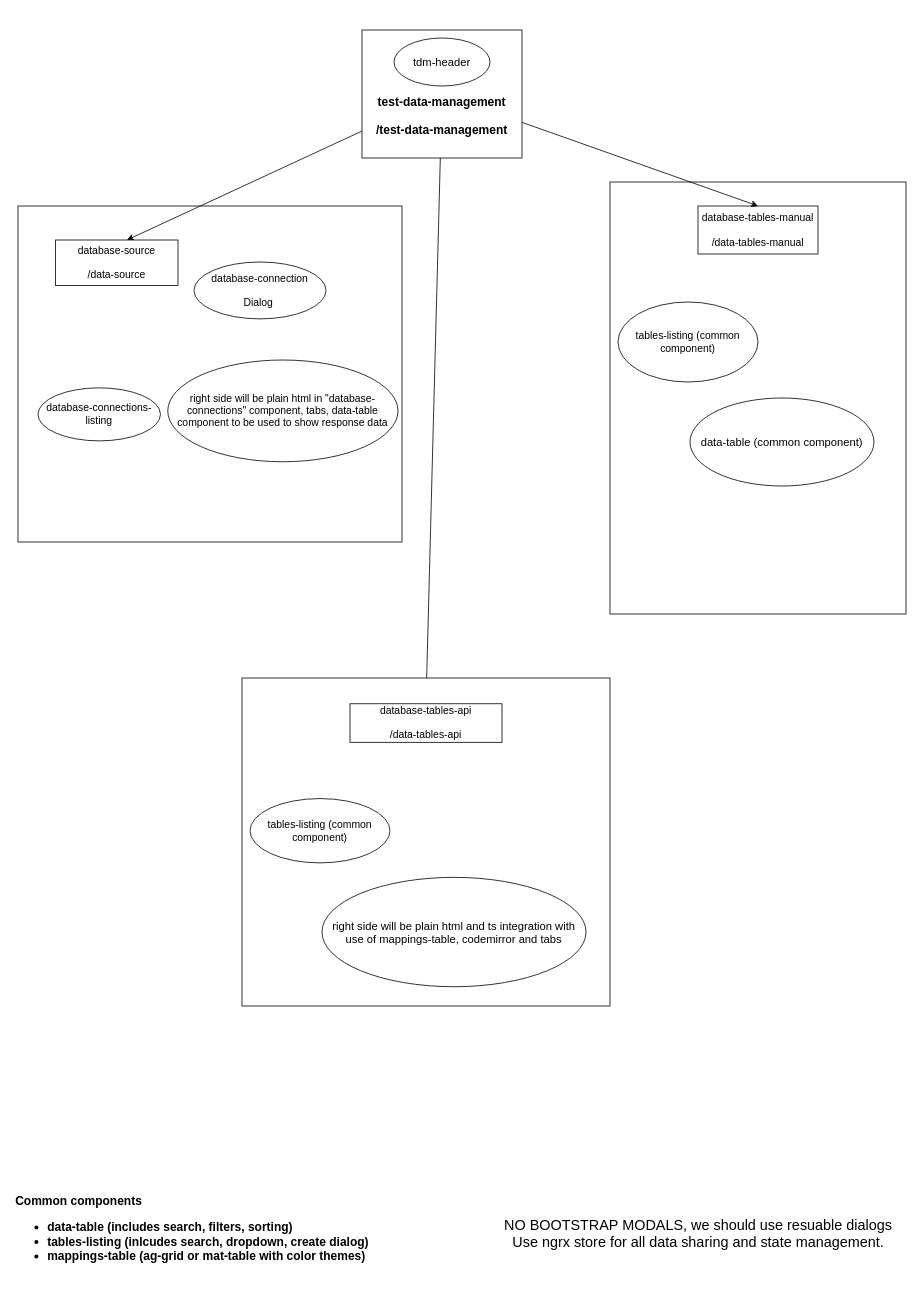
This is tdm-ui-arch.drawio from sauravbv/hello-world, a draw.io file, before an edit. Source tidied: cells renumbered, new cells numbered last; positions are measured from the earlier drawing's top-left corner, leaving out a move shared by most shapes. Both pictures are drawn from the tidied source at 80%, with x=0, y=0 at pixel (14, 30).
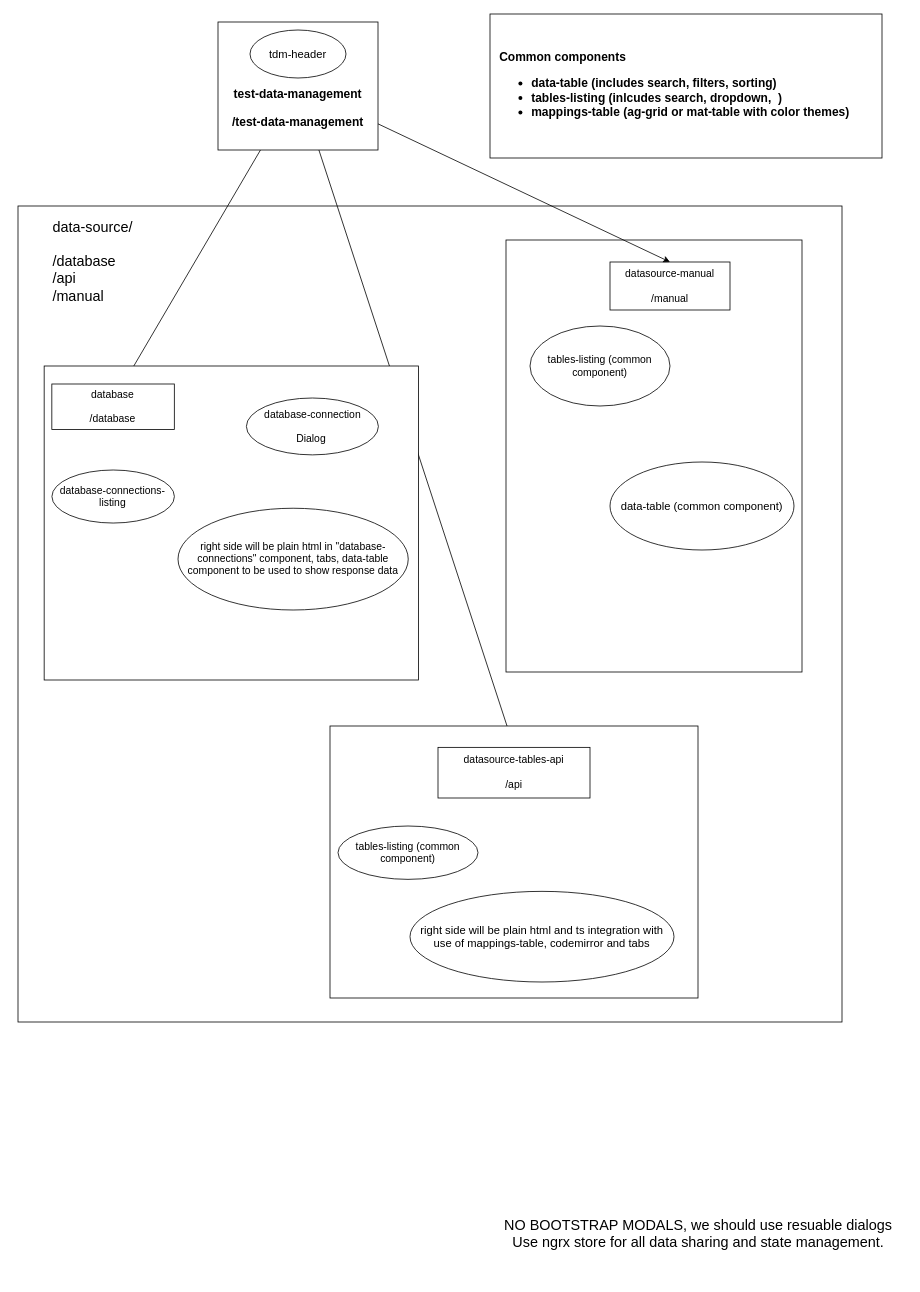
The same page after the edit.

Change to the diagram source:
```diff
@@
+    <mxCell id="3" style="rounded=0;whiteSpace=wrap;html=1;fontSize=13;" parent="1" vertex="1">
+      <mxGeometry x="5" y="220" width="1030" height="1020" as="geometry" />
+    </mxCell>
     <mxCell id="2" style="rounded=0;whiteSpace=wrap;html=1;fontSize=14;" parent="1" vertex="1">
-      <mxGeometry x="745" y="190" width="370" height="540" as="geometry" />
+      <mxGeometry x="615" y="262.5" width="370" height="540" as="geometry" />
     </mxCell>
-    <mxCell id="3" style="rounded=0;whiteSpace=wrap;html=1;fontSize=13;" parent="1" vertex="1">
-      <mxGeometry x="5" y="220" width="480" height="420" as="geometry" />
-    </mxCell>
     <mxCell id="4" value="&lt;font style=&quot;font-size: 15px&quot;&gt;&lt;b&gt;&lt;br&gt;&lt;br&gt;&lt;br&gt;test-data-management&lt;br&gt;&lt;br&gt;/test-data-management&lt;br&gt;&lt;/b&gt;&lt;/font&gt;" style="rounded=0;whiteSpace=wrap;html=1;fontSize=13;" parent="1" vertex="1">
-      <mxGeometry x="435" width="200" height="160" as="geometry" />
+      <mxGeometry x="255" y="-10" width="200" height="160" as="geometry" />
     </mxCell>
@@
-    <mxCell id="6" value="database-tables-manual&lt;br style=&quot;font-size: 13px;&quot;&gt;&lt;br style=&quot;font-size: 13px;&quot;&gt;/data-tables-manual" style="rounded=0;whiteSpace=wrap;html=1;fontSize=13;" parent="1" vertex="1">
-      <mxGeometry x="855" y="220" width="150" height="60" as="geometry" />
+    <mxCell id="6" value="datasource-manual&lt;br style=&quot;font-size: 13px&quot;&gt;&lt;br style=&quot;font-size: 13px&quot;&gt;/manual" style="rounded=0;whiteSpace=wrap;html=1;fontSize=13;" parent="1" vertex="1">
+      <mxGeometry x="745" y="290" width="150" height="60" as="geometry" />
     </mxCell>
@@
-    <mxCell id="9" value="&lt;b style=&quot;font-size: 15px;&quot;&gt;Common components&lt;br style=&quot;font-size: 15px;&quot;&gt;&lt;ul style=&quot;font-size: 15px;&quot;&gt;&lt;li style=&quot;font-size: 15px;&quot;&gt;data-table (includes search, filters, sorting)&lt;/li&gt;&lt;li style=&quot;font-size: 15px;&quot;&gt;tables-listing (inlcudes search, dropdown, create dialog)&lt;/li&gt;&lt;li style=&quot;font-size: 15px;&quot;&gt;mappings-table (ag-grid or mat-table with color themes)&lt;/li&gt;&lt;/ul&gt;&lt;/b&gt;" style="text;html=1;align=left;verticalAlign=middle;strokeColor=none;fillColor=none;fontSize=15;" parent="1" vertex="1">
-      <mxGeometry y="1450" width="460" height="110" as="geometry" />
-    </mxCell>
     <mxCell id="10" style="group;fontSize=13;" parent="1" vertex="1">
-      <mxGeometry x="30" y="262.5" width="450" height="317.5" as="geometry" />
+      <mxGeometry x="30" y="305" width="480" height="420" as="geometry" />
     </mxCell>
+    <mxCell id="24" style="rounded=0;whiteSpace=wrap;html=1;fontSize=18;" parent="10" vertex="1">
+      <mxGeometry x="7.7" y="115" width="467.8" height="392.5" as="geometry" />
+    </mxCell>
-    <mxCell id="11" value="database-source&lt;br style=&quot;font-size: 13px&quot;&gt;&lt;br style=&quot;font-size: 13px&quot;&gt;/data-source" style="rounded=0;whiteSpace=wrap;html=1;fontSize=13;" parent="10" vertex="1">
-      <mxGeometry x="21.9" width="153.1" height="56.9" as="geometry" />
+    <mxCell id="11" value="database&lt;br style=&quot;font-size: 13px&quot;&gt;&lt;br style=&quot;font-size: 13px&quot;&gt;/database" style="rounded=0;whiteSpace=wrap;html=1;fontSize=13;" parent="10" vertex="1">
+      <mxGeometry x="17.3" y="137.5" width="153.1" height="56.9" as="geometry" />
     </mxCell>
     <mxCell id="12" value="database-connection&lt;br style=&quot;font-size: 13px;&quot;&gt;&lt;br style=&quot;font-size: 13px;&quot;&gt;Dialog&amp;nbsp;" style="ellipse;whiteSpace=wrap;html=1;fontSize=13;" parent="10" vertex="1">
-      <mxGeometry x="195" y="27.5" width="165" height="71.1" as="geometry" />
+      <mxGeometry x="260.5" y="155" width="165" height="71.1" as="geometry" />
     </mxCell>
     <mxCell id="13" value="database-connections-listing" style="ellipse;whiteSpace=wrap;html=1;fontSize=13;" parent="10" vertex="1">
-      <mxGeometry y="184.8" width="153.1" height="66.3" as="geometry" />
+      <mxGeometry x="17.4" y="245" width="153.1" height="66.3" as="geometry" />
     </mxCell>
     <mxCell id="14" value="right side will be plain html in &quot;database-connections&quot; component, tabs, data-table component to be used to show response data" style="ellipse;whiteSpace=wrap;html=1;fontSize=13;" parent="10" vertex="1">
-      <mxGeometry x="162.2" y="150" width="287.8" height="127.2" as="geometry" />
+      <mxGeometry x="175" y="292.8" width="287.8" height="127.2" as="geometry" />
     </mxCell>
+    <mxCell id="25" value="data-source/&lt;br&gt;&lt;br&gt;&lt;div style=&quot;text-align: left&quot;&gt;&lt;span&gt;/database&lt;/span&gt;&lt;/div&gt;&lt;div style=&quot;text-align: left&quot;&gt;&lt;span&gt;/api&lt;/span&gt;&lt;/div&gt;&lt;div style=&quot;text-align: left&quot;&gt;&lt;span&gt;/manual&lt;/span&gt;&lt;/div&gt;" style="text;html=1;align=center;verticalAlign=middle;strokeColor=none;fillColor=none;fontSize=18;" parent="10" vertex="1">
+      <mxGeometry x="7.7" y="-75" width="120" height="120" as="geometry" />
+    </mxCell>
     <mxCell id="15" style="group;" parent="1" vertex="1">
-      <mxGeometry x="285" y="810" width="460" height="410" as="geometry" />
+      <mxGeometry x="395" y="870" width="460" height="340" as="geometry" />
     </mxCell>
     <mxCell id="16" style="rounded=0;whiteSpace=wrap;html=1;fontSize=13;" parent="15" vertex="1">
-      <mxGeometry width="460" height="410" as="geometry" />
+      <mxGeometry width="460" height="340" as="geometry" />
     </mxCell>
-    <mxCell id="17" value="database-tables-api&lt;br style=&quot;font-size: 13px;&quot;&gt;&lt;br style=&quot;font-size: 13px;&quot;&gt;/data-tables-api" style="rounded=0;whiteSpace=wrap;html=1;fontSize=13;" parent="15" vertex="1">
-      <mxGeometry x="135" y="32.2" width="190" height="48.2" as="geometry" />
+    <mxCell id="17" value="datasource-tables-api&lt;br style=&quot;font-size: 13px&quot;&gt;&lt;br style=&quot;font-size: 13px&quot;&gt;/api" style="rounded=0;whiteSpace=wrap;html=1;fontSize=13;" parent="15" vertex="1">
+      <mxGeometry x="135" y="26.7" width="190" height="63.3" as="geometry" />
     </mxCell>
     <mxCell id="18" value="tables-listing (common component)" style="ellipse;whiteSpace=wrap;html=1;fontSize=13;" parent="15" vertex="1">
-      <mxGeometry x="10" y="150.7" width="175" height="80.4" as="geometry" />
+      <mxGeometry x="10" y="125" width="175" height="66.7" as="geometry" />
     </mxCell>
     <mxCell id="19" value="right side will be plain html and ts integration with use of mappings-table, codemirror and tabs&lt;br style=&quot;font-size: 14px;&quot;&gt;" style="ellipse;whiteSpace=wrap;html=1;fontSize=14;" parent="15" vertex="1">
-      <mxGeometry x="100" y="249.2" width="330" height="136.7" as="geometry" />
+      <mxGeometry x="100" y="206.7" width="330" height="113.3" as="geometry" />
     </mxCell>
     <mxCell id="20" value="tables-listing (common component)" style="ellipse;whiteSpace=wrap;html=1;fontSize=13;" parent="1" vertex="1">
-      <mxGeometry x="755" y="340" width="175" height="100" as="geometry" />
+      <mxGeometry x="645" y="370" width="175" height="100" as="geometry" />
     </mxCell>
     <mxCell id="21" value="data-table (common component)" style="ellipse;whiteSpace=wrap;html=1;fontSize=14;" parent="1" vertex="1">
-      <mxGeometry x="845" y="460" width="230" height="110" as="geometry" />
+      <mxGeometry x="745" y="540" width="230" height="110" as="geometry" />
     </mxCell>
     <mxCell id="22" value="tdm-header" style="ellipse;whiteSpace=wrap;html=1;fontSize=14;" parent="1" vertex="1">
-      <mxGeometry x="475" y="10" width="120" height="60" as="geometry" />
+      <mxGeometry x="295" width="120" height="60" as="geometry" />
     </mxCell>
@@
+    <mxCell id="26" style="rounded=0;whiteSpace=wrap;html=1;fontSize=18;" parent="1" vertex="1">
+      <mxGeometry x="595" y="-20" width="490" height="180" as="geometry" />
+    </mxCell>
+    <mxCell id="9" value="&lt;b style=&quot;font-size: 15px&quot;&gt;Common components&lt;br style=&quot;font-size: 15px&quot;&gt;&lt;ul style=&quot;font-size: 15px&quot;&gt;&lt;li style=&quot;font-size: 15px&quot;&gt;data-table (includes search, filters, sorting)&lt;/li&gt;&lt;li style=&quot;font-size: 15px&quot;&gt;tables-listing (inlcudes search, dropdown,&amp;nbsp; )&lt;/li&gt;&lt;li style=&quot;font-size: 15px&quot;&gt;mappings-table (ag-grid or mat-table with color themes)&lt;/li&gt;&lt;/ul&gt;&lt;/b&gt;" style="text;html=1;align=left;verticalAlign=middle;strokeColor=none;fillColor=none;fontSize=15;" parent="1" vertex="1">
+      <mxGeometry x="605" y="20" width="450" height="110" as="geometry" />
+    </mxCell>
```
